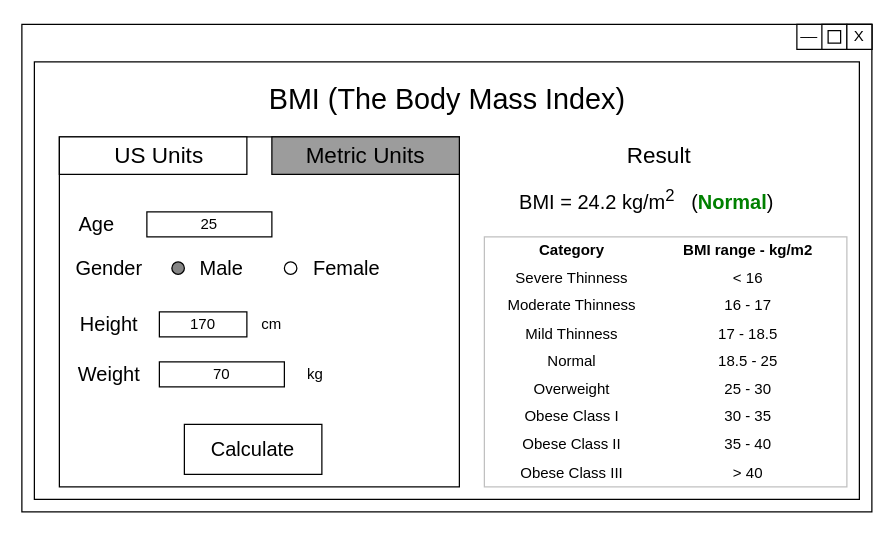
The draw.io diagram BMI Result.drawio in kkuvaldina/draw.io, before the edit. Source tidied: cells renumbered, new cells numbered last; positions are measured from the earlier drawing's top-left corner, leaving out a move shared by most shapes. Both pictures are drawn from the tidied source at 125%, with x=0, y=0 at pixel (21, 24).
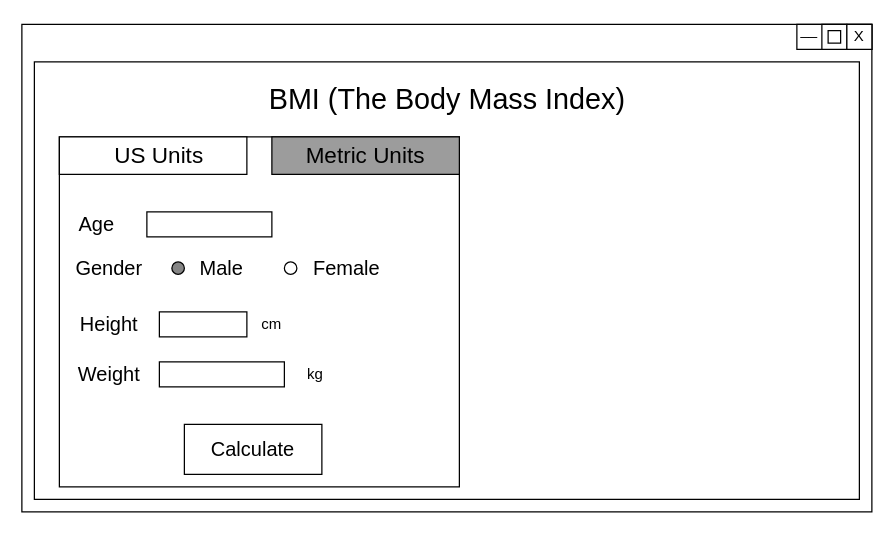
The same diagram, later.

What changed in the source:
```diff
@@
-    <mxCell id="13" value="25" style="rounded=0;whiteSpace=wrap;html=1;" parent="1" vertex="1">
+    <mxCell id="13" style="rounded=0;whiteSpace=wrap;html=1;" parent="1" vertex="1">
       <mxGeometry x="100" y="150" width="100" height="20" as="geometry" />
     </mxCell>
@@
-    <mxCell id="21" value="70" style="rounded=0;whiteSpace=wrap;html=1;" parent="1" vertex="1">
+    <mxCell id="21" style="rounded=0;whiteSpace=wrap;html=1;" parent="1" vertex="1">
       <mxGeometry x="110" y="270" width="100" height="20" as="geometry" />
     </mxCell>
-    <mxCell id="22" value="170" style="rounded=0;whiteSpace=wrap;html=1;" parent="1" vertex="1">
+    <mxCell id="22" style="rounded=0;whiteSpace=wrap;html=1;" parent="1" vertex="1">
       <mxGeometry x="110" y="230" width="70" height="20" as="geometry" />
     </mxCell>
@@
-    <mxCell id="31" value="&lt;font style=&quot;font-size: 18px&quot;&gt;Result&lt;/font&gt;" style="text;html=1;strokeColor=none;fillColor=none;align=center;verticalAlign=middle;whiteSpace=wrap;rounded=0;" parent="1" vertex="1">
-      <mxGeometry x="470" y="85" width="80" height="40" as="geometry" />
-    </mxCell>
-    <mxCell id="32" value="&lt;font style=&quot;font-size: 16px&quot;&gt;&lt;span style=&quot;font-family: &amp;#34;arial&amp;#34; , &amp;#34;helvetica&amp;#34; , sans-serif ; text-align: left ; background-color: rgb(255 , 255 , 255)&quot;&gt;BMI = 24.2 kg/m&lt;sup&gt;2&lt;/sup&gt;&lt;/span&gt;&lt;span style=&quot;font-family: &amp;#34;arial&amp;#34; , &amp;#34;helvetica&amp;#34; , sans-serif ; text-align: left ; background-color: rgb(255 , 255 , 255)&quot;&gt;&amp;nbsp;&amp;nbsp; (&lt;/span&gt;&lt;font color=&quot;green&quot; style=&quot;font-family: &amp;#34;arial&amp;#34; , &amp;#34;helvetica&amp;#34; , sans-serif ; text-align: left ; background-color: rgb(255 , 255 , 255) ; font-size: 16px&quot;&gt;&lt;b&gt;Normal&lt;/b&gt;&lt;/font&gt;&lt;span style=&quot;font-family: &amp;#34;arial&amp;#34; , &amp;#34;helvetica&amp;#34; , sans-serif ; text-align: left ; background-color: rgb(255 , 255 , 255)&quot;&gt;)&lt;/span&gt;&lt;/font&gt;" style="text;html=1;strokeColor=none;fillColor=none;align=center;verticalAlign=middle;whiteSpace=wrap;rounded=0;" parent="1" vertex="1">
-      <mxGeometry x="380" y="120" width="240" height="40" as="geometry" />
-    </mxCell>
-    <mxCell id="33" value="&lt;table border=&quot;0&quot; width=&quot;100%&quot; style=&quot;width: 100% ; height: 100% ; border-collapse: collapse&quot;&gt;&lt;tbody&gt;&lt;tr&gt;&lt;td&gt;&lt;b&gt;Category&lt;/b&gt;&lt;/td&gt;&lt;td&gt;&lt;b&gt;BMI range - kg/m2&lt;/b&gt;&lt;/td&gt;&lt;td&gt;&lt;br&gt;&lt;/td&gt;&lt;td&gt;&lt;b&gt;&lt;br&gt;&lt;/b&gt;&lt;/td&gt;&lt;td&gt;&lt;br&gt;&lt;/td&gt;&lt;/tr&gt;&lt;tr&gt;&lt;td&gt;Severe Thinness&lt;/td&gt;&lt;td&gt;&amp;lt; 16&lt;br&gt;&lt;/td&gt;&lt;td&gt;&lt;br&gt;&lt;/td&gt;&lt;/tr&gt;&lt;tr&gt;&lt;td&gt;Moderate Thinness&lt;br&gt;&lt;/td&gt;&lt;td&gt;16 - 17&lt;/td&gt;&lt;td&gt;&lt;br&gt;&lt;/td&gt;&lt;/tr&gt;&lt;tr&gt;&lt;td&gt;Mild Thinness&lt;/td&gt;&lt;td&gt;17 - 18.5&lt;/td&gt;&lt;td&gt;&lt;br&gt;&lt;/td&gt;&lt;/tr&gt;&lt;tr&gt;&lt;td&gt;Normal&lt;br&gt;&lt;/td&gt;&lt;td&gt;18.5 - 25&lt;/td&gt;&lt;td&gt;&lt;br&gt;&lt;/td&gt;&lt;/tr&gt;&lt;tr&gt;&lt;td&gt;Overweight&lt;br&gt;&lt;/td&gt;&lt;td&gt;25 - 30&lt;/td&gt;&lt;td&gt;&lt;br&gt;&lt;/td&gt;&lt;/tr&gt;&lt;tr&gt;&lt;td&gt;Obese Class I&lt;br&gt;&lt;/td&gt;&lt;td&gt;30 - 35&lt;/td&gt;&lt;td&gt;&lt;br&gt;&lt;/td&gt;&lt;/tr&gt;&lt;tr&gt;&lt;td&gt;Obese Class II&lt;br&gt;&lt;/td&gt;&lt;td&gt;35 - 40&lt;/td&gt;&lt;td&gt;&lt;br&gt;&lt;/td&gt;&lt;/tr&gt;&lt;tr&gt;&lt;td&gt;Obese Class III&lt;br&gt;&lt;/td&gt;&lt;td&gt;&amp;gt; 40&lt;/td&gt;&lt;td&gt;&lt;br&gt;&lt;/td&gt;&lt;/tr&gt;&lt;/tbody&gt;&lt;/table&gt;" style="text;html=1;strokeColor=#c0c0c0;fillColor=none;overflow=fill;spacing=-1;align=center;" parent="1" vertex="1">
-      <mxGeometry x="370" y="170" width="290" height="200" as="geometry" />
-    </mxCell>
```
